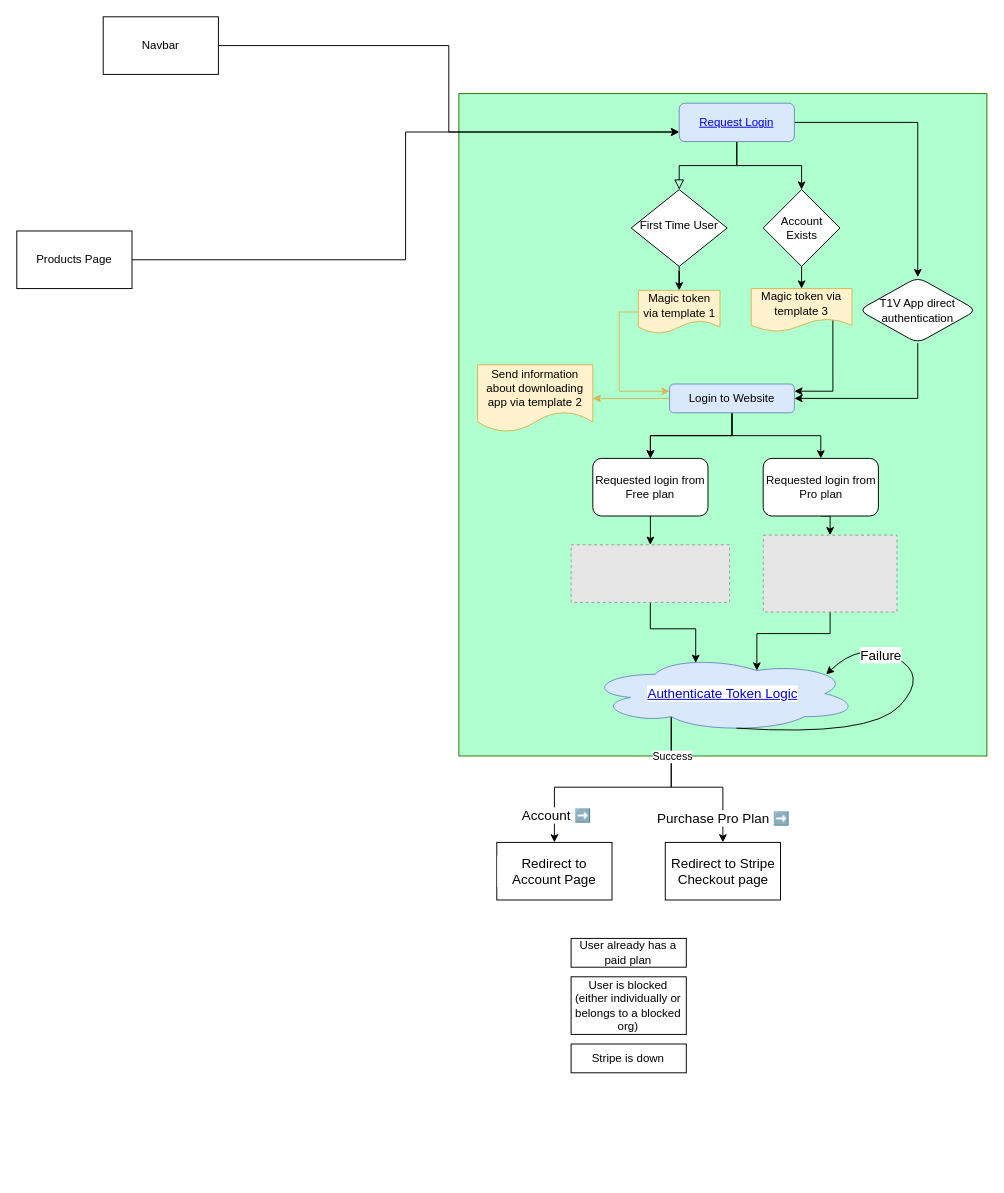
This is page "Login Flow" (1 of 5) of Untitled Diagram.drawio from pbt1v/flowcharts, a draw.io file, before an edit. Source tidied: cells renumbered, new cells numbered last; positions are measured from the earlier drawing's top-left corner, leaving out a move shared by most shapes. Both pictures are drawn from the tidied source at 96%, with x=0, y=0 at pixel (16, 16). Pictures stored in the file or linked from it are replaced by grey dashed boxes.
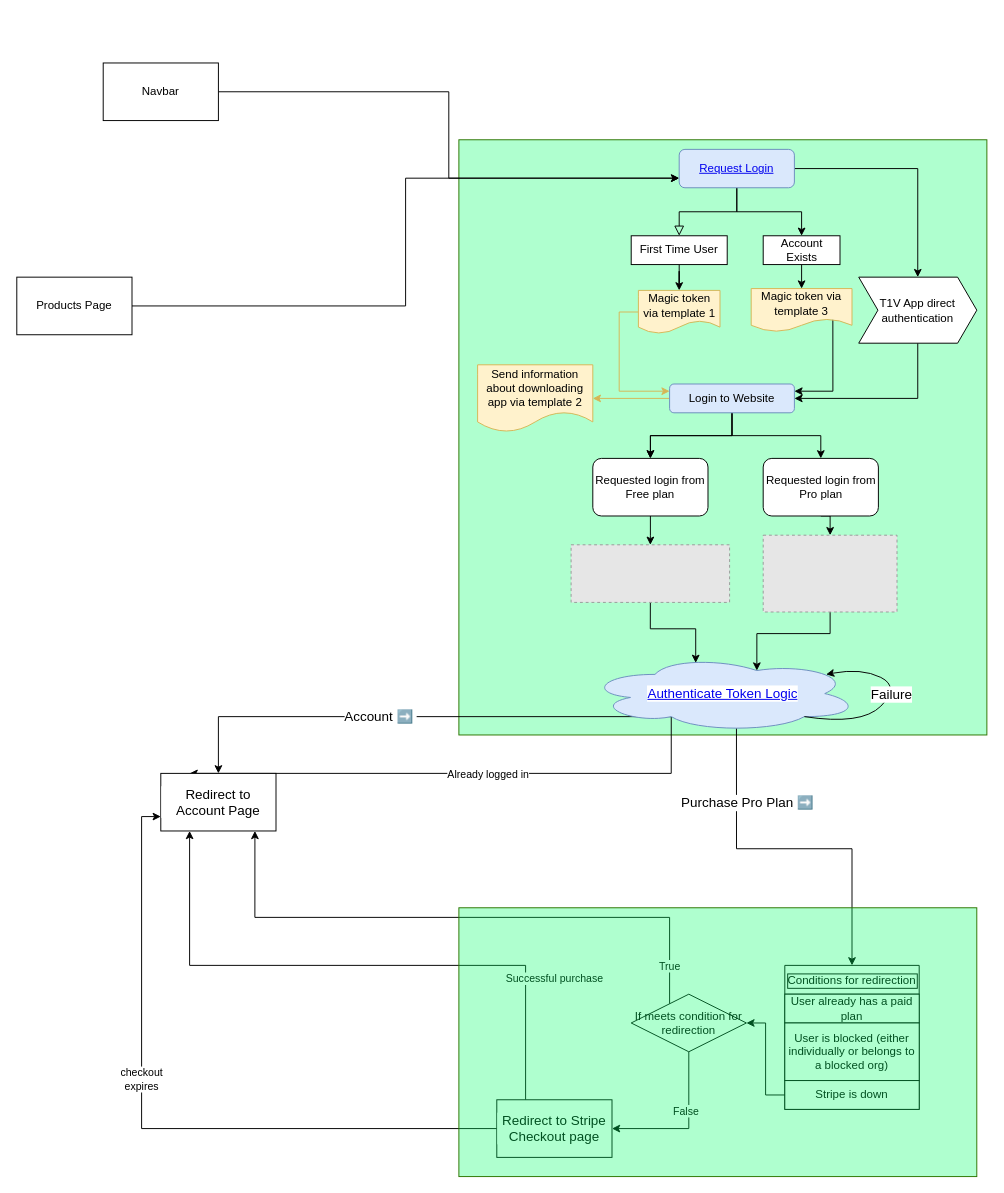
After the change.

Commit message:
if/then flowchart update

The change refers to these unchanged cells:
```xml
<mxCell id="27" style="edgeStyle=orthogonalEdgeStyle;rounded=0;jettySize=auto;html=1;fontSize=14;fontColor=#000000;exitX=0.31;exitY=0.8;exitDx=0;exitDy=0;exitPerimeter=0;" parent="1" edge="1" source="32" target="42">
  <mxGeometry relative="1" as="geometry" />
</mxCell>
<mxCell id="32" value="&lt;a href=&quot;data:page/id,Cjgt9jFM1V30jB4g_Zc7&quot;&gt;Authenticate Token Logic&lt;/a&gt;" style="ellipse;shape=cloud;whiteSpace=wrap;html=1;labelBackgroundColor=#FFFFFF;fontSize=14;fillColor=#dae8fc;strokeColor=#6c8ebf;" parent="1" vertex="1">
  <mxGeometry x="594" y="665" width="283" height="80" as="geometry" />
</mxCell>
```

Diff of the diagram source:
```diff
@@
     <mxCell id="2" style="rounded=0;whiteSpace=wrap;html=1;fillColor=#00FF6650;strokeColor=#2D7600;fontColor=#ffffff;" parent="1" vertex="1">
-      <mxGeometry x="460.5" y="80" width="550" height="690" as="geometry" />
+      <mxGeometry x="460.5" y="128.1" width="550" height="620" as="geometry" />
     </mxCell>
@@
     <mxCell id="6" value="&lt;a href=&quot;data:page/id,41-cwJReHn9E8La9h7f7&quot;&gt;Request Login&lt;/a&gt;" style="rounded=1;whiteSpace=wrap;html=1;fontSize=12;glass=0;strokeWidth=1;shadow=0;fillColor=#dae8fc;strokeColor=#6c8ebf;" parent="1" vertex="1">
-      <mxGeometry x="690" y="90" width="120" height="40" as="geometry" />
+      <mxGeometry x="690" y="138.1" width="120" height="40" as="geometry" />
     </mxCell>
@@
-    <mxCell id="8" value="First Time User" style="rhombus;whiteSpace=wrap;html=1;shadow=0;fontFamily=Helvetica;fontSize=12;align=center;strokeWidth=1;spacing=6;spacingTop=-4;" parent="1" vertex="1">
-      <mxGeometry x="640" y="180" width="100" height="80" as="geometry" />
+    <mxCell id="8" value="First Time User" style="rounded=0;whiteSpace=wrap;html=1;shadow=0;fontFamily=Helvetica;fontSize=12;fontColor=rgb(0, 0, 0);align=center;strokeColor=rgb(0, 0, 0);strokeWidth=1;fillColor=rgb(255, 255, 255);" parent="1" vertex="1">
+      <mxGeometry x="640" y="228.1" width="100" height="30" as="geometry" />
     </mxCell>
@@
-    <mxCell id="12" value="Account Exists" style="rhombus;whiteSpace=wrap;html=1;" parent="1" vertex="1">
-      <mxGeometry x="777.5" y="180" width="80" height="80" as="geometry" />
+    <mxCell id="12" value="Account Exists" style="rounded=0;whiteSpace=wrap;html=1;fontFamily=Helvetica;fontSize=12;fontColor=rgb(0, 0, 0);align=center;strokeColor=rgb(0, 0, 0);fillColor=rgb(255, 255, 255);" parent="1" vertex="1">
+      <mxGeometry x="777.5" y="228.1" width="80" height="30" as="geometry" />
     </mxCell>
@@
-    <mxCell id="22" value="T1V App direct authentication" style="rhombus;whiteSpace=wrap;html=1;rounded=1;glass=0;strokeWidth=1;shadow=0;" parent="1" vertex="1">
+    <mxCell id="22" value="T1V App direct authentication" style="shape=step;perimeter=stepPerimeter;whiteSpace=wrap;html=1;fixedSize=1;shadow=0;fontFamily=Helvetica;fontSize=12;fontColor=rgb(0, 0, 0);align=center;strokeColor=rgb(0, 0, 0);strokeWidth=1;fillColor=rgb(255, 255, 255);" parent="1" vertex="1">
       <mxGeometry x="877" y="271.2" width="123" height="68.8" as="geometry" />
     </mxCell>
@@
     <mxCell id="28" value="Account ➡️&amp;nbsp;" style="edgeLabel;html=1;align=center;verticalAlign=middle;fontSize=14;fontColor=#000000;" parent="27" vertex="1">
       <mxGeometry x="0.66" y="3" relative="1" as="geometry">
-        <mxPoint y="14" as="offset" />
+        <mxPoint x="138" y="-4" as="offset" />
       </mxGeometry>
     </mxCell>
-    <mxCell id="29" style="edgeStyle=orthogonalEdgeStyle;rounded=0;jettySize=auto;html=1;fontSize=14;fontColor=#000000;exitX=0.31;exitY=0.8;exitDx=0;exitDy=0;exitPerimeter=0;" parent="1" edge="1" source="32" target="43">
-      <mxGeometry relative="1" as="geometry" />
-    </mxCell>
+    <mxCell id="51" style="edgeStyle=orthogonalEdgeStyle;rounded=0;jettySize=auto;html=1;exitX=0.31;exitY=0.8;exitDx=0;exitDy=0;exitPerimeter=0;entryX=0.25;entryY=0;entryDx=0;entryDy=0;" parent="1" edge="1" source="32" target="42">
+      <mxGeometry relative="1" as="geometry">
+        <Array as="points">
+          <mxPoint x="682" y="788.1" />
+        </Array>
+      </mxGeometry>
+    </mxCell>
+    <mxCell id="52" value="Already logged in" style="edgeLabel;html=1;align=center;verticalAlign=middle;" parent="51" vertex="1">
+      <mxGeometry x="-0.39" y="-1" relative="1" as="geometry">
+        <mxPoint x="-79" y="1" as="offset" />
+      </mxGeometry>
+    </mxCell>
+    <mxCell id="53" style="edgeStyle=orthogonalEdgeStyle;rounded=0;jettySize=auto;html=1;exitX=0.55;exitY=0.95;exitDx=0;exitDy=0;exitPerimeter=0;entryX=0.5;entryY=0;entryDx=0;entryDy=0;" parent="1" edge="1" source="32" target="57">
+      <mxGeometry relative="1" as="geometry" />
+    </mxCell>
-    <mxCell id="30" value="Purchase Pro Plan ➡️" style="edgeLabel;html=1;align=center;verticalAlign=middle;fontSize=14;fontColor=#000000;" parent="29" vertex="1">
-      <mxGeometry x="0.64" y="-1" relative="1" as="geometry">
-        <mxPoint x="1" y="7" as="offset" />
+    <mxCell id="30" value="&lt;span style=&quot;font-size: 14px&quot;&gt;Purchase Pro Plan ➡️&lt;/span&gt;" style="edgeLabel;html=1;align=center;verticalAlign=middle;" parent="53" vertex="1">
+      <mxGeometry x="0.16" y="2" relative="1" as="geometry">
+        <mxPoint x="-77" y="-46" as="offset" />
       </mxGeometry>
     </mxCell>
-    <mxCell id="31" value="Success" style="edgeLabel;html=1;align=center;verticalAlign=middle;" parent="29" vertex="1">
-      <mxGeometry x="-0.71" y="1" relative="1" as="geometry">
-        <mxPoint y="14" as="offset" />
-      </mxGeometry>
-    </mxCell>
@@
-    <mxCell id="40" style="curved=1;endArrow=classic;html=1;rounded=0;fontSize=14;fontColor=#000000;exitX=0.55;exitY=0.95;exitDx=0;exitDy=0;exitPerimeter=0;entryX=0.88;entryY=0.25;entryDx=0;entryDy=0;entryPerimeter=0;" parent="1" edge="1" source="32" target="32">
+    <mxCell id="40" style="curved=1;endArrow=classic;html=1;rounded=0;fontSize=14;fontColor=#000000;exitX=0.8;exitY=0.8;exitDx=0;exitDy=0;exitPerimeter=0;entryX=0.88;entryY=0.25;entryDx=0;entryDy=0;entryPerimeter=0;" parent="1" edge="1" source="32" target="32">
       <mxGeometry relative="1" as="geometry">
         <Array as="points">
-          <mxPoint x="890" y="750" />
-          <mxPoint x="950" y="685" />
-          <mxPoint x="880" y="650" />
+          <mxPoint x="880" y="738.1" />
+          <mxPoint x="920" y="698.1" />
+          <mxPoint x="880" y="678.1" />
         </Array>
       </mxGeometry>
     </mxCell>
     <mxCell id="41" value="Failure" style="edgeLabel;html=1;align=center;verticalAlign=middle;fontSize=14;fontColor=#000000;" parent="40" vertex="1">
       <mxGeometry x="-0.02" y="2" relative="1" as="geometry">
-        <mxPoint x="-13" y="-58" as="offset" />
+        <mxPoint x="5" y="-5" as="offset" />
       </mxGeometry>
     </mxCell>
     <mxCell id="42" value="Redirect to Account Page" style="whiteSpace=wrap;html=1;fontSize=14;fontColor=#000000;labelBackgroundColor=#FFFFFF;" parent="1" vertex="1">
-      <mxGeometry x="500" y="860" width="120" height="60" as="geometry" />
+      <mxGeometry x="150" y="788.1" width="120" height="60" as="geometry" />
     </mxCell>
+    <mxCell id="54" value="Successful purchase" style="edgeStyle=orthogonalEdgeStyle;rounded=0;jettySize=auto;html=1;exitX=0.25;exitY=0;exitDx=0;exitDy=0;entryX=0.25;entryY=1;entryDx=0;entryDy=0;" parent="1" edge="1" source="43" target="42">
+      <mxGeometry x="-0.6" y="-30" relative="1" as="geometry" />
+    </mxCell>
+    <mxCell id="55" style="edgeStyle=orthogonalEdgeStyle;rounded=0;jettySize=auto;html=1;exitX=0;exitY=0.5;exitDx=0;exitDy=0;entryX=0;entryY=0.75;entryDx=0;entryDy=0;" parent="1" edge="1" source="43" target="42">
+      <mxGeometry relative="1" as="geometry" />
+    </mxCell>
+    <mxCell id="56" value="checkout&lt;br&gt;expires" style="edgeLabel;html=1;align=center;verticalAlign=middle;" parent="55" vertex="1">
+      <mxGeometry x="0.18" y="1" relative="1" as="geometry" />
+    </mxCell>
     <mxCell id="43" value="Redirect to Stripe Checkout page" style="whiteSpace=wrap;html=1;fontSize=14;fontColor=#000000;labelBackgroundColor=#FFFFFF;" parent="1" vertex="1">
-      <mxGeometry x="675.5" y="860" width="120" height="60" as="geometry" />
+      <mxGeometry x="500" y="1128.1" width="120" height="60" as="geometry" />
     </mxCell>
@@
     <mxCell id="45" value="Products Page" style="rounded=0;whiteSpace=wrap;html=1;" parent="1" vertex="1">
-      <mxGeometry y="223.1" width="120" height="60" as="geometry" />
+      <mxGeometry y="271.2" width="120" height="60" as="geometry" />
     </mxCell>
@@
     <mxCell id="47" value="Navbar" style="rounded=0;whiteSpace=wrap;html=1;" parent="1" vertex="1">
-      <mxGeometry x="90" width="120" height="60" as="geometry" />
+      <mxGeometry x="90" y="48.1" width="120" height="60" as="geometry" />
     </mxCell>
+    <mxCell id="57" value="Conditions for redirection" style="swimlane;fontStyle=0;horizontal=1;startSize=30;labelBorderColor=default;" parent="1" vertex="1">
+      <mxGeometry x="800" y="988.1" width="140" height="150" as="geometry" />
+    </mxCell>
-    <mxCell id="48" value="User already has a paid plan" style="rounded=0;whiteSpace=wrap;html=1;" parent="1" vertex="1">
-      <mxGeometry x="577.4" y="960" width="120" height="30" as="geometry" />
+    <mxCell id="48" value="&lt;span style=&quot;text-align: left&quot;&gt;User already has a paid plan&lt;/span&gt;" style="rounded=0;whiteSpace=wrap;html=1;" parent="57" vertex="1">
+      <mxGeometry y="30" width="140" height="30" as="geometry" />
     </mxCell>
-    <mxCell id="49" value="User is blocked (either individually or belongs to a blocked org)" style="rounded=0;whiteSpace=wrap;html=1;" parent="1" vertex="1">
-      <mxGeometry x="577.4" y="1000" width="120" height="60" as="geometry" />
+    <mxCell id="49" value="User is blocked (either individually or belongs to a blocked org)" style="rounded=0;whiteSpace=wrap;html=1;" parent="57" vertex="1">
+      <mxGeometry y="60" width="140" height="60" as="geometry" />
     </mxCell>
-    <mxCell id="50" value="Stripe is down" style="rounded=0;whiteSpace=wrap;html=1;" parent="1" vertex="1">
-      <mxGeometry x="577.4" y="1070" width="120" height="30" as="geometry" />
+    <mxCell id="50" value="Stripe is down" style="rounded=0;whiteSpace=wrap;html=1;" parent="57" vertex="1">
+      <mxGeometry y="120" width="140" height="30" as="geometry" />
     </mxCell>
+    <mxCell id="58" style="edgeStyle=orthogonalEdgeStyle;rounded=0;jettySize=auto;html=1;exitX=0.25;exitY=0;exitDx=0;exitDy=0;entryX=0.817;entryY=1;entryDx=0;entryDy=0;entryPerimeter=0;" parent="1" edge="1" source="62" target="42">
+      <mxGeometry relative="1" as="geometry">
+        <Array as="points">
+          <mxPoint x="680" y="938.1" />
+          <mxPoint x="248" y="938.1" />
+        </Array>
+      </mxGeometry>
+    </mxCell>
+    <mxCell id="59" value="True" style="edgeLabel;html=1;align=center;verticalAlign=middle;" parent="58" vertex="1">
+      <mxGeometry x="-0.23" y="4" relative="1" as="geometry">
+        <mxPoint x="146" y="46" as="offset" />
+      </mxGeometry>
+    </mxCell>
+    <mxCell id="60" style="edgeStyle=orthogonalEdgeStyle;rounded=0;jettySize=auto;html=1;exitX=0.5;exitY=1;exitDx=0;exitDy=0;entryX=1;entryY=0.5;entryDx=0;entryDy=0;" parent="1" edge="1" source="62" target="43">
+      <mxGeometry relative="1" as="geometry" />
+    </mxCell>
+    <mxCell id="61" value="False" style="edgeLabel;html=1;align=center;verticalAlign=middle;" parent="60" vertex="1">
+      <mxGeometry x="-0.24" y="-4" relative="1" as="geometry" />
+    </mxCell>
+    <mxCell id="62" value="&lt;span&gt;If meets condition for redirection&lt;/span&gt;" style="rhombus;whiteSpace=wrap;html=1;fontFamily=Helvetica;fontSize=12;fontColor=rgb(0, 0, 0);align=center;strokeColor=rgb(0, 0, 0);strokeWidth=1;fillColor=rgb(255, 255, 255);" parent="1" vertex="1">
+      <mxGeometry x="640" y="1018.1" width="120" height="60" as="geometry" />
+    </mxCell>
+    <mxCell id="63" style="edgeStyle=orthogonalEdgeStyle;rounded=0;jettySize=auto;html=1;exitX=0;exitY=0.5;exitDx=0;exitDy=0;entryX=1;entryY=0.5;entryDx=0;entryDy=0;" parent="1" edge="1" source="50" target="62">
+      <mxGeometry relative="1" as="geometry" />
+    </mxCell>
+    <mxCell id="64" style="rounded=0;whiteSpace=wrap;html=1;fillColor=#00FF6650;strokeColor=#2D7600;fontColor=#ffffff;" parent="1" vertex="1">
+      <mxGeometry x="460.5" y="928.1" width="539.5" height="280" as="geometry" />
+    </mxCell>
```
